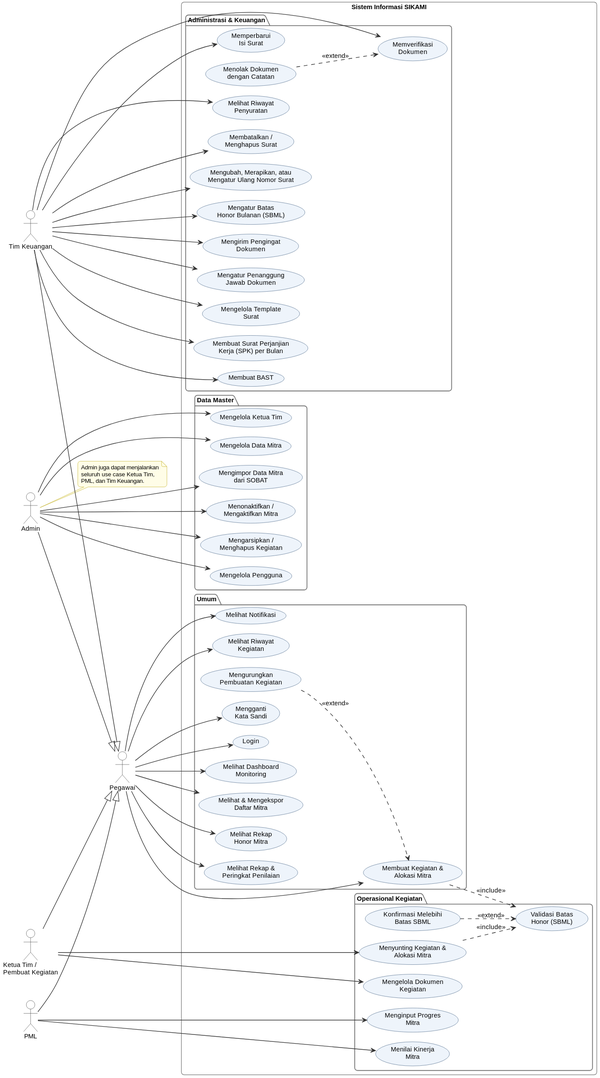
Earlier version of the PlantUML export docs/diagram/out/usecase.svg (kharis5870/Kharisma).
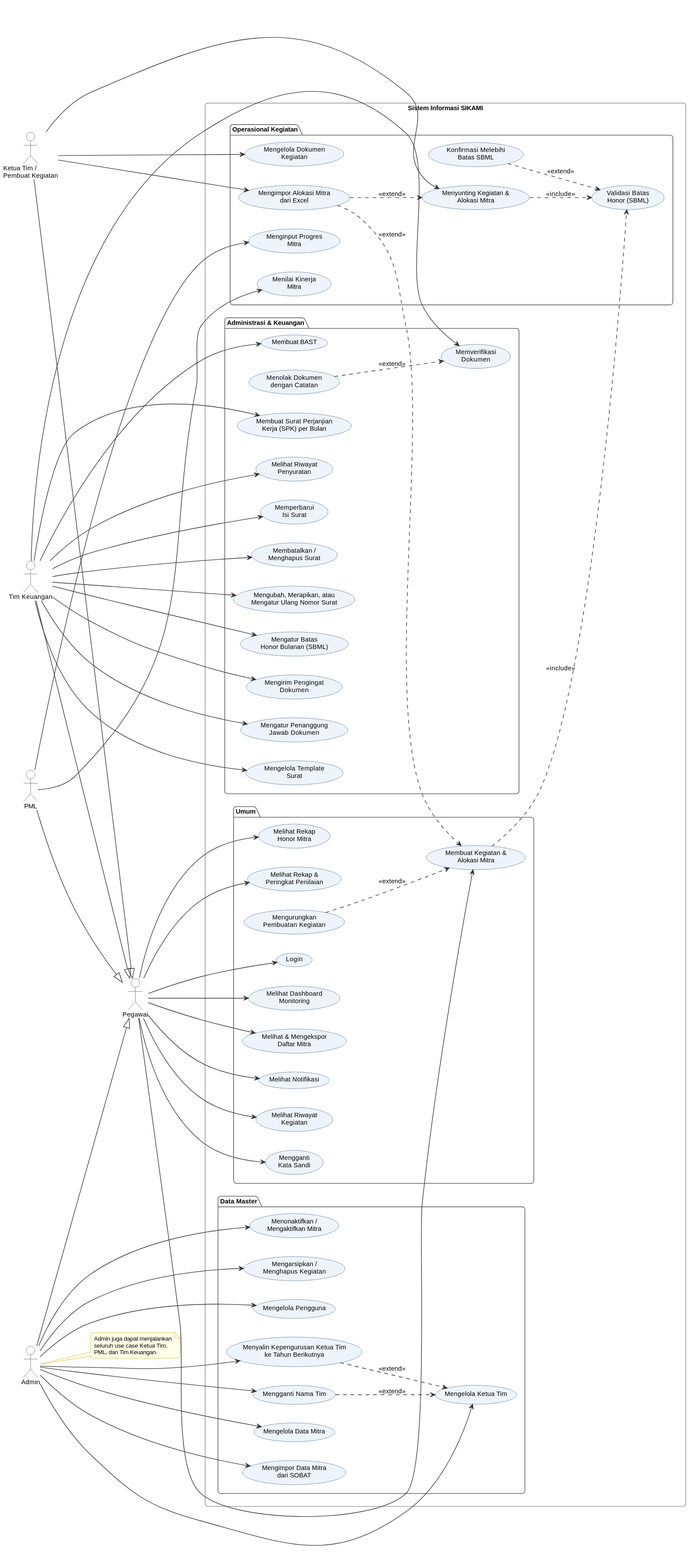
After the change.

Diff of the diagram source:
```diff
@@ -30,6 +30,7 @@
 
   package "Operasional Kegiatan" {
     usecase "Menyunting Kegiatan &\nAlokasi Mitra" as UC_SUNTING
+    usecase "Mengimpor Alokasi Mitra\ndari Excel" as UC_IMPORALOKASI
     usecase "Validasi Batas\nHonor (SBML)" as UC_SBM
     usecase "Konfirmasi Melebihi\nBatas SBML" as UC_KONF
     usecase "Mengelola Dokumen\nKegiatan" as UC_DOK
@@ -55,6 +56,8 @@
   package "Data Master" {
     usecase "Mengelola Pengguna" as UC_USER
     usecase "Mengelola Ketua Tim" as UC_KT
+    usecase "Menyalin Kepengurusan Ketua Tim\nke Tahun Berikutnya" as UC_SALINKT
+    usecase "Mengganti Nama Tim" as UC_GANTITIM
     usecase "Mengelola Data Mitra" as UC_MITRA
     usecase "Mengimpor Data Mitra\ndari SOBAT" as UC_IMPOR
     usecase "Menonaktifkan /\nMengaktifkan Mitra" as UC_NONAKTIF
@@ -74,6 +77,7 @@
 
 KT --> UC_SUNTING
 KT --> UC_DOK
+KT --> UC_IMPORALOKASI
 
 PML --> UC_PROGRES
 PML --> UC_NILAI
@@ -92,6 +96,8 @@
 
 AD --> UC_USER
 AD --> UC_KT
+AD --> UC_SALINKT
+AD --> UC_GANTITIM
 AD --> UC_MITRA
 AD --> UC_IMPOR
 AD --> UC_NONAKTIF
@@ -102,6 +108,10 @@
 UC_KONF ..> UC_SBM : <<extend>>
 UC_URUNGKAN ..> UC_BUAT : <<extend>>
 UC_TOLAK ..> UC_VERIF : <<extend>>
+UC_IMPORALOKASI ..> UC_BUAT : <<extend>>
+UC_IMPORALOKASI ..> UC_SUNTING : <<extend>>
+UC_SALINKT ..> UC_KT : <<extend>>
+UC_GANTITIM ..> UC_KT : <<extend>>
 
 note right of AD
   Admin juga dapat menjalankan
```
